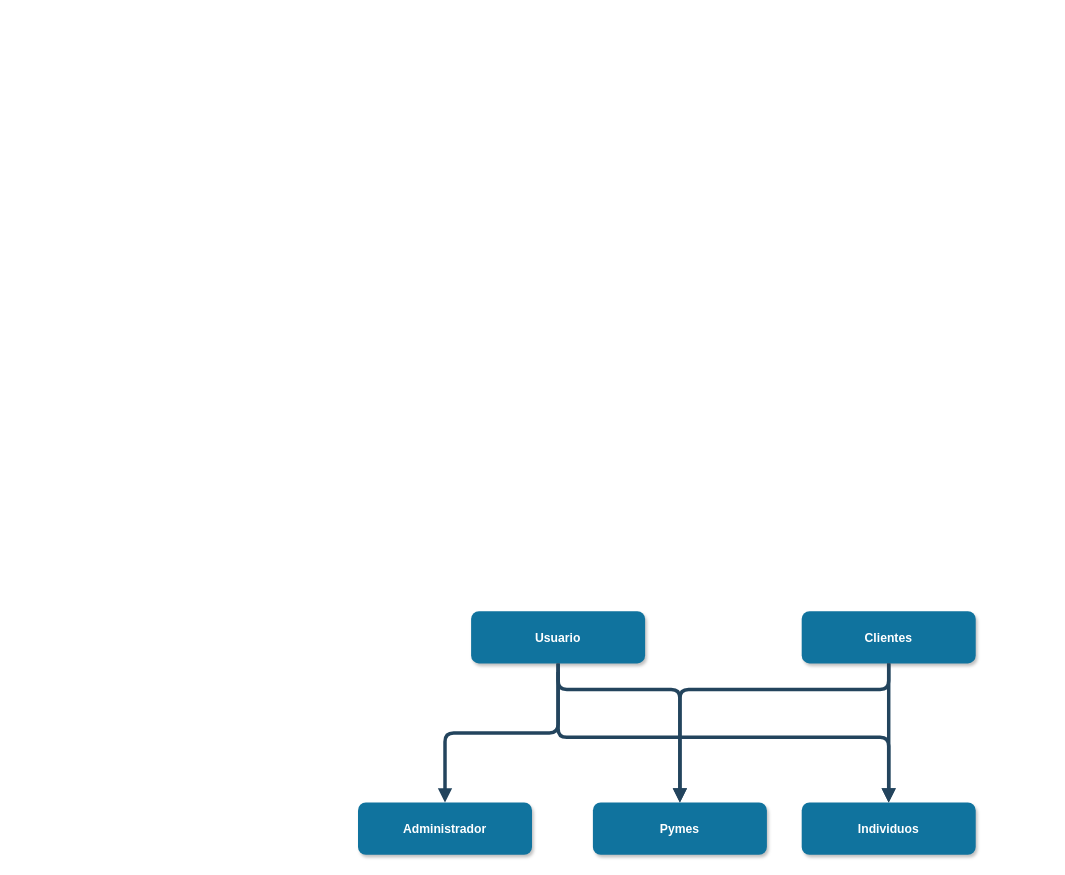
mlimideiro/POO-FINAL-BANCO keeps this draw.io diagram as Diagrama Clases.drawio. Above is the earlier version. Source tidied: cells renumbered, new cells numbered last; positions are measured from the earlier drawing's top-left corner, leaving out a move shared by most shapes. Both pictures are drawn from the tidied source at 87%, with x=0, y=0 at pixel (358, 611).
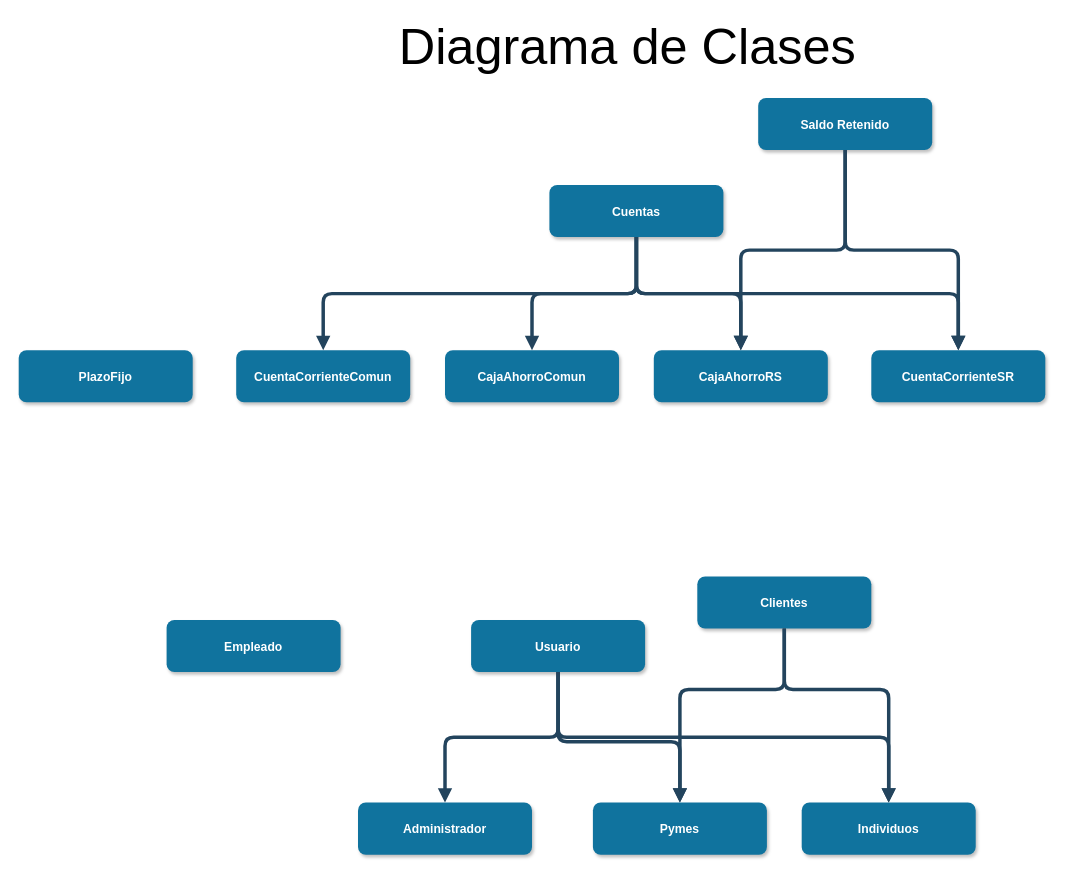
After the change.

Commit message (it also covers changes not shown here):
Eliminé modularizacion y terminé diagrama de clases

The change refers to these unchanged cells:
```xml
<mxCell id="3" value="Administrador" style="rounded=1;fillColor=#10739E;strokeColor=none;shadow=1;gradientColor=none;fontStyle=1;fontColor=#FFFFFF;fontSize=14;" parent="1" vertex="1">
  <mxGeometry y="220" width="200" height="60" as="geometry" />
</mxCell>
<mxCell id="6" value="Individuos" style="rounded=1;fillColor=#10739E;strokeColor=none;shadow=1;gradientColor=none;fontStyle=1;fontColor=#FFFFFF;fontSize=14;" parent="1" vertex="1">
  <mxGeometry x="510" y="220" width="200" height="60" as="geometry" />
</mxCell>
<mxCell id="9" value="Pymes" style="rounded=1;fillColor=#10739E;strokeColor=none;shadow=1;gradientColor=none;fontStyle=1;fontColor=#FFFFFF;fontSize=14;" parent="1" vertex="1">
  <mxGeometry x="270" y="220" width="200" height="60" as="geometry" />
</mxCell>
```

The edit, as a diff of the source:
```diff
@@
     <mxCell id="2" value="Usuario" style="rounded=1;fillColor=#10739E;strokeColor=none;shadow=1;gradientColor=none;fontStyle=1;fontColor=#FFFFFF;fontSize=14;" parent="1" vertex="1">
-      <mxGeometry x="130" width="200" height="60" as="geometry" />
+      <mxGeometry x="130" y="10" width="200" height="60" as="geometry" />
     </mxCell>
@@
     <mxCell id="4" style="edgeStyle=elbowEdgeStyle;elbow=vertical;strokeWidth=4;endArrow=block;endFill=1;fontStyle=1;strokeColor=#23445D;exitX=0.5;exitY=1;exitDx=0;exitDy=0;entryX=0.5;entryY=0;entryDx=0;entryDy=0;" parent="1" edge="1" source="2" target="3">
-      <mxGeometry x="-430.8" y="610" as="geometry" />
+      <mxGeometry x="-20.8" y="660" as="geometry" />
     </mxCell>
     <mxCell id="5" value="Clientes" style="rounded=1;fillColor=#10739E;strokeColor=none;shadow=1;gradientColor=none;fontStyle=1;fontColor=#FFFFFF;fontSize=14;" parent="1" vertex="1">
-      <mxGeometry x="510" width="200" height="60" as="geometry" />
+      <mxGeometry x="390" y="-40" width="200" height="60" as="geometry" />
     </mxCell>
@@
     <mxCell id="7" style="edgeStyle=elbowEdgeStyle;elbow=vertical;strokeWidth=4;endArrow=block;endFill=1;fontStyle=1;strokeColor=#23445D;entryX=0.5;entryY=0;entryDx=0;entryDy=0;exitX=0.5;exitY=1;exitDx=0;exitDy=0;" parent="1" edge="1" source="5" target="6">
-      <mxGeometry x="32" y="175.5" as="geometry" />
+      <mxGeometry x="442" y="225.5" as="geometry">
+        <Array as="points">
+          <mxPoint x="560" y="90" />
+        </Array>
+      </mxGeometry>
     </mxCell>
-    <mxCell id="8" style="edgeStyle=elbowEdgeStyle;elbow=vertical;strokeWidth=4;endArrow=block;endFill=1;fontStyle=1;strokeColor=#23445D;entryX=0.5;entryY=0;entryDx=0;entryDy=0;" parent="1" edge="1" target="6">
-      <mxGeometry x="-420.8" y="620" as="geometry">
-        <mxPoint x="230" y="70" as="sourcePoint" />
-      </mxGeometry>
+    <mxCell id="8" style="edgeStyle=elbowEdgeStyle;elbow=vertical;strokeWidth=4;endArrow=block;endFill=1;fontStyle=1;strokeColor=#23445D;entryX=0.5;entryY=0;entryDx=0;entryDy=0;exitX=0.5;exitY=1;exitDx=0;exitDy=0;" parent="1" edge="1" source="2" target="6">
+      <mxGeometry x="-10.8" y="670" as="geometry" />
     </mxCell>
@@
-    <mxCell id="10" style="edgeStyle=elbowEdgeStyle;elbow=vertical;strokeWidth=4;endArrow=block;endFill=1;fontStyle=1;strokeColor=#23445D;entryX=0.5;entryY=0;entryDx=0;entryDy=0;" parent="1" edge="1" target="9">
-      <mxGeometry x="-410.8" y="630" as="geometry">
-        <mxPoint x="230" y="60" as="sourcePoint" />
+    <mxCell id="10" style="edgeStyle=elbowEdgeStyle;elbow=vertical;strokeWidth=4;endArrow=block;endFill=1;fontStyle=1;strokeColor=#23445D;exitX=0.5;exitY=1;exitDx=0;exitDy=0;" parent="1" edge="1" source="2">
+      <mxGeometry x="-0.8" y="680" as="geometry">
+        <mxPoint x="370" y="220" as="targetPoint" />
         <Array as="points">
+          <mxPoint x="260" y="150" />
           <mxPoint x="310" y="90" />
         </Array>
       </mxGeometry>
     </mxCell>
-    <mxCell id="11" style="edgeStyle=elbowEdgeStyle;elbow=vertical;strokeWidth=4;endArrow=block;endFill=1;fontStyle=1;strokeColor=#23445D;entryX=0.5;entryY=0;entryDx=0;entryDy=0;" parent="1" edge="1" target="9">
-      <mxGeometry x="42" y="185.5" as="geometry">
-        <mxPoint x="610" y="60" as="sourcePoint" />
+    <mxCell id="11" style="edgeStyle=elbowEdgeStyle;elbow=vertical;strokeWidth=4;endArrow=block;endFill=1;fontStyle=1;strokeColor=#23445D;entryX=0.5;entryY=0;entryDx=0;entryDy=0;exitX=0.5;exitY=1;exitDx=0;exitDy=0;" parent="1" edge="1" source="5" target="9">
+      <mxGeometry x="452" y="235.5" as="geometry">
         <Array as="points">
           <mxPoint x="450" y="90" />
         </Array>
       </mxGeometry>
     </mxCell>
+    <mxCell id="12" value="Empleado" style="rounded=1;fillColor=#10739E;strokeColor=none;shadow=1;gradientColor=none;fontStyle=1;fontColor=#FFFFFF;fontSize=14;" parent="1" vertex="1">
+      <mxGeometry x="-220" y="10" width="200" height="60" as="geometry" />
+    </mxCell>
+    <mxCell id="13" value="Cuentas" style="rounded=1;fillColor=#10739E;strokeColor=none;shadow=1;gradientColor=none;fontStyle=1;fontColor=#FFFFFF;fontSize=14;" parent="1" vertex="1">
+      <mxGeometry x="220" y="-490" width="200" height="60" as="geometry" />
+    </mxCell>
+    <mxCell id="14" value="Saldo Retenido" style="rounded=1;fillColor=#10739E;strokeColor=none;shadow=1;gradientColor=none;fontStyle=1;fontColor=#FFFFFF;fontSize=14;" parent="1" vertex="1">
+      <mxGeometry x="460" y="-590" width="200" height="60" as="geometry" />
+    </mxCell>
+    <mxCell id="15" value="CajaAhorroComun" style="rounded=1;fillColor=#10739E;strokeColor=none;shadow=1;gradientColor=none;fontStyle=1;fontColor=#FFFFFF;fontSize=14;" parent="1" vertex="1">
+      <mxGeometry x="100" y="-300" width="200" height="60" as="geometry" />
+    </mxCell>
+    <mxCell id="16" style="edgeStyle=elbowEdgeStyle;elbow=vertical;strokeWidth=4;endArrow=block;endFill=1;fontStyle=1;strokeColor=#23445D;entryX=0.5;entryY=0;entryDx=0;entryDy=0;exitX=0.5;exitY=1;exitDx=0;exitDy=0;" parent="1" edge="1" source="13" target="15">
+      <mxGeometry x="31.4" y="-224.5" as="geometry" />
+    </mxCell>
+    <mxCell id="17" value="CajaAhorroRS" style="rounded=1;fillColor=#10739E;strokeColor=none;shadow=1;gradientColor=none;fontStyle=1;fontColor=#FFFFFF;fontSize=14;" parent="1" vertex="1">
+      <mxGeometry x="340" y="-300" width="200" height="60" as="geometry" />
+    </mxCell>
+    <mxCell id="18" style="edgeStyle=elbowEdgeStyle;elbow=vertical;strokeWidth=4;endArrow=block;endFill=1;fontStyle=1;strokeColor=#23445D;entryX=0.5;entryY=0;entryDx=0;entryDy=0;exitX=0.5;exitY=1;exitDx=0;exitDy=0;" parent="1" edge="1" source="13" target="17">
+      <mxGeometry x="41.4" y="-214.5" as="geometry" />
+    </mxCell>
+    <mxCell id="19" style="edgeStyle=elbowEdgeStyle;elbow=vertical;strokeWidth=4;endArrow=block;endFill=1;fontStyle=1;strokeColor=#23445D;entryX=0.5;entryY=0;entryDx=0;entryDy=0;exitX=0.5;exitY=1;exitDx=0;exitDy=0;" parent="1" edge="1" source="14" target="17">
+      <mxGeometry x="51.4" y="-204.5" as="geometry" />
+    </mxCell>
+    <mxCell id="20" value="CuentaCorrienteComun" style="rounded=1;fillColor=#10739E;strokeColor=none;shadow=1;gradientColor=none;fontStyle=1;fontColor=#FFFFFF;fontSize=14;" parent="1" vertex="1">
+      <mxGeometry x="-140" y="-300" width="200" height="60" as="geometry" />
+    </mxCell>
+    <mxCell id="21" style="edgeStyle=elbowEdgeStyle;elbow=vertical;strokeWidth=4;endArrow=block;endFill=1;fontStyle=1;strokeColor=#23445D;entryX=0.5;entryY=0;entryDx=0;entryDy=0;exitX=0.5;exitY=1;exitDx=0;exitDy=0;" parent="1" edge="1" source="13" target="20">
+      <mxGeometry x="41.4" y="-214.5" as="geometry" />
+    </mxCell>
+    <mxCell id="22" value="CuentaCorrienteSR" style="rounded=1;fillColor=#10739E;strokeColor=none;shadow=1;gradientColor=none;fontStyle=1;fontColor=#FFFFFF;fontSize=14;" parent="1" vertex="1">
+      <mxGeometry x="590" y="-300" width="200" height="60" as="geometry" />
+    </mxCell>
+    <mxCell id="23" style="edgeStyle=elbowEdgeStyle;elbow=vertical;strokeWidth=4;endArrow=block;endFill=1;fontStyle=1;strokeColor=#23445D;entryX=0.5;entryY=0;entryDx=0;entryDy=0;exitX=0.5;exitY=1;exitDx=0;exitDy=0;" parent="1" edge="1" source="13" target="22">
+      <mxGeometry x="61.4" y="-194.5" as="geometry" />
+    </mxCell>
+    <mxCell id="24" style="edgeStyle=elbowEdgeStyle;elbow=vertical;strokeWidth=4;endArrow=block;endFill=1;fontStyle=1;strokeColor=#23445D;entryX=0.5;entryY=0;entryDx=0;entryDy=0;exitX=0.5;exitY=1;exitDx=0;exitDy=0;" parent="1" edge="1" source="14" target="22">
+      <mxGeometry x="61.4" y="-194.5" as="geometry" />
+    </mxCell>
+    <mxCell id="25" value="PlazoFijo" style="rounded=1;fillColor=#10739E;strokeColor=none;shadow=1;gradientColor=none;fontStyle=1;fontColor=#FFFFFF;fontSize=14;" parent="1" vertex="1">
+      <mxGeometry x="-390" y="-300" width="200" height="60" as="geometry" />
+    </mxCell>
+    <mxCell id="26" value="Diagrama de Clases&lt;br style=&quot;font-size: 58px;&quot;&gt;" style="text;html=1;strokeColor=none;fillColor=none;align=center;verticalAlign=middle;whiteSpace=wrap;rounded=0;fontSize=58;" parent="1" vertex="1">
+      <mxGeometry x="-10" y="-660" width="640" height="20" as="geometry" />
+    </mxCell>
```
